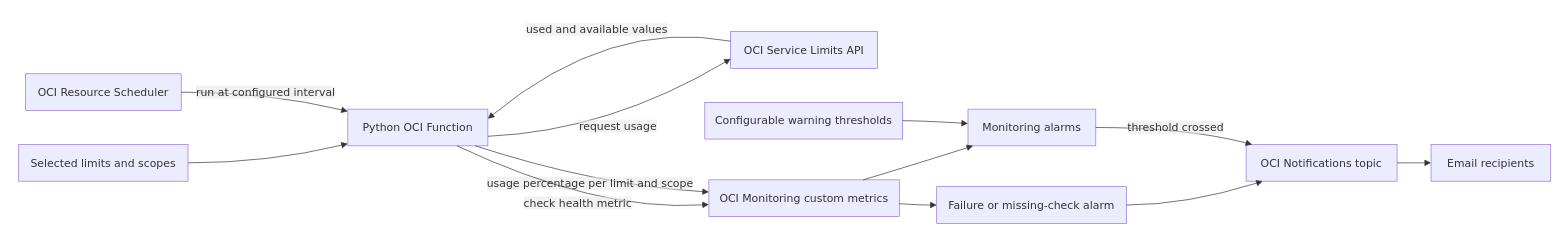
The draw.io diagram limits-alert-flow.drawio in adinan-tech/Freewheel-limits, before the edit. Source tidied: cells renumbered, new cells numbered last; positions are measured from the earlier drawing's top-left corner, leaving out a move shared by most shapes. Both pictures are drawn from the tidied source at 68%, with x=0, y=0 at pixel (12, 12).
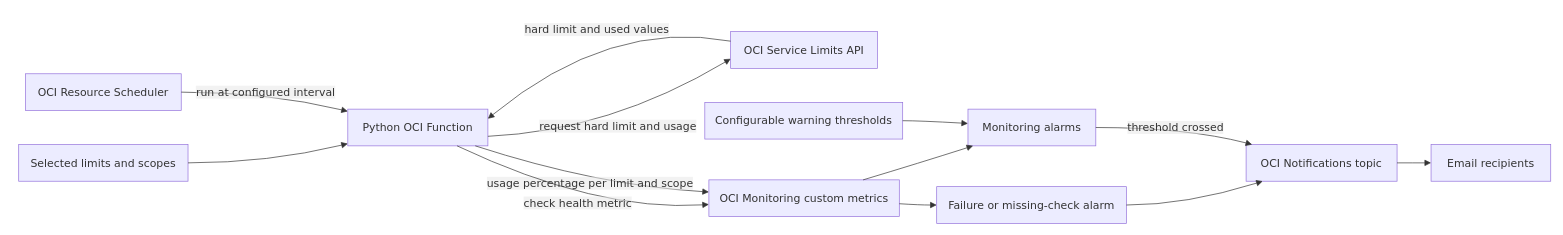
The same diagram, later.

Unchanged cells that the change refers to:
```xml
<mxCell id="2" style="group;transparentBounds=1;editIcon=1;lockedGroup=0;groupPadding=10;" parent="1" vertex="1">
  <mxGeometry as="geometry" />
</mxCell>
<mxCell id="4" value="Python OCI Function" style="html=1;whiteSpace=wrap;strokeWidth=1;fillColor=light-dark(#ECECFF,#1f2020);strokeColor=light-dark(#9370DB,#cccccc);fontColor=light-dark(#333333,#cccccc);fontFamily=Trebuchet MS,Verdana,Arial,sans-serif;fontSize=16;" parent="2" vertex="1">
  <mxGeometry x="494" y="143" width="206" height="54" as="geometry" />
</mxCell>
<mxCell id="6" value="OCI Service Limits API" style="html=1;whiteSpace=wrap;strokeWidth=1;fillColor=light-dark(#ECECFF,#1f2020);strokeColor=light-dark(#9370DB,#cccccc);fontColor=light-dark(#333333,#cccccc);fontFamily=Trebuchet MS,Verdana,Arial,sans-serif;fontSize=16;" parent="2" vertex="1">
  <mxGeometry x="1057" y="29" width="216" height="54" as="geometry" />
</mxCell>
```

Change to the diagram source:
```diff
@@
-    <mxCell id="15" value="request usage" style="curved=1;startArrow=none;endArrow=block;endSize=7;strokeColor=light-dark(#333333,#cccccc);html=1;fontSize=16;labelBackgroundColor=light-dark(#E8E8E88D,#2a2a2a8D);fontFamily=Trebuchet MS,Verdana,Arial,sans-serif;fontColor=light-dark(#333333,#cccccc);exitX=1;exitY=0.74;entryX=0;entryY=0.74;" parent="2" edge="1" source="4" target="6">
+    <mxCell id="15" value="request hard limit and usage" style="curved=1;startArrow=none;endArrow=block;endSize=7;strokeColor=light-dark(#333333,#cccccc);html=1;fontSize=16;labelBackgroundColor=light-dark(#E8E8E88D,#2a2a2a8D);fontFamily=Trebuchet MS,Verdana,Arial,sans-serif;fontColor=light-dark(#333333,#cccccc);exitX=1;exitY=0.74;entryX=0;entryY=0.74;" parent="2" edge="1" source="4" target="6">
       <mxGeometry relative="1" as="geometry">
         <Array as="points">
           <mxPoint x="879" y="175" />
         </Array>
       </mxGeometry>
     </mxCell>
-    <mxCell id="16" value="used and available values" style="curved=1;startArrow=none;endArrow=block;endSize=7;strokeColor=light-dark(#333333,#cccccc);html=1;fontSize=16;labelBackgroundColor=light-dark(#E8E8E88D,#2a2a2a8D);fontFamily=Trebuchet MS,Verdana,Arial,sans-serif;fontColor=light-dark(#333333,#cccccc);exitX=0;exitY=0.26;entryX=1;entryY=0.26;" parent="2" edge="1" source="6" target="4">
+    <mxCell id="16" value="hard limit and used values" style="curved=1;startArrow=none;endArrow=block;endSize=7;strokeColor=light-dark(#333333,#cccccc);html=1;fontSize=16;labelBackgroundColor=light-dark(#E8E8E88D,#2a2a2a8D);fontFamily=Trebuchet MS,Verdana,Arial,sans-serif;fontColor=light-dark(#333333,#cccccc);exitX=0;exitY=0.26;entryX=1;entryY=0.26;" parent="2" edge="1" source="6" target="4">
       <mxGeometry relative="1" as="geometry">
         <Array as="points">
           <mxPoint x="879" y="10" />
         </Array>
       </mxGeometry>
     </mxCell>
```
